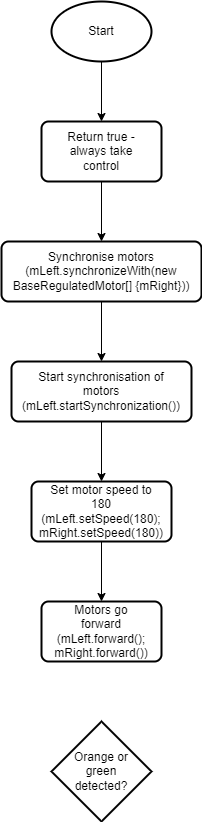
The draw.io diagram Final submission/Behaviour control flow/WalkaboutControlFlow.png in XLmT09/Bunny-Robot, before a commit. Source tidied: cells renumbered, new cells last; positions are measured from the earlier drawing's top-left corner, leaving out a move shared by most shapes.
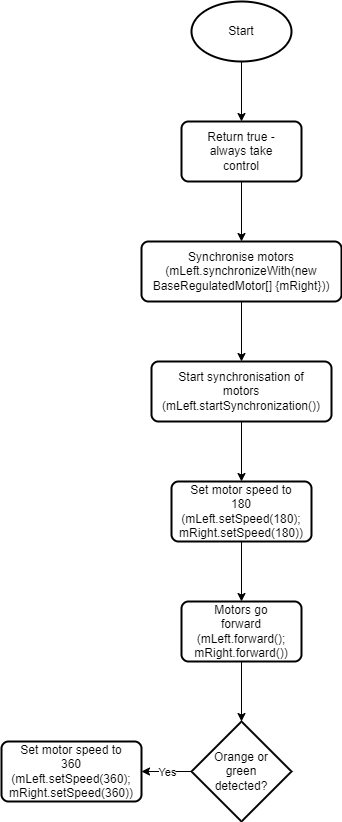
The same file after the commit.

Diff of the diagram source:
```diff
@@ -77,5 +77,23 @@
     <mxCell id="26" value="Orange or green detected?" style="text;html=1;strokeColor=none;fillColor=none;align=center;verticalAlign=middle;whiteSpace=wrap;rounded=0;" parent="1" vertex="1">
       <mxGeometry x="70" y="755" width="60" height="30" as="geometry" />
     </mxCell>
+    <mxCell id="27" style="endArrow=classic;html=1;rounded=0;exitX=0.5;exitY=1;exitDx=0;exitDy=0;entryX=0.5;entryY=0;entryDx=0;entryDy=0;entryPerimeter=0;" parent="1" edge="1" source="22" target="25">
+      <mxGeometry relative="1" as="geometry" />
+    </mxCell>
+    <mxCell id="28" style="group;" parent="1" vertex="1">
+      <mxGeometry x="-140" y="740" width="140" height="60" as="geometry" />
+    </mxCell>
+    <mxCell id="29" style="rounded=1;whiteSpace=wrap;html=1;absoluteArcSize=1;arcSize=14;strokeWidth=2;" parent="28" vertex="1">
+      <mxGeometry width="140" height="60" as="geometry" />
+    </mxCell>
+    <mxCell id="30" value="Set motor speed to 360 (mLeft.setSpeed(360); mRight.setSpeed(360))" style="text;html=1;strokeColor=none;fillColor=none;align=center;verticalAlign=middle;whiteSpace=wrap;rounded=0;" parent="28" vertex="1">
+      <mxGeometry x="40" y="15" width="60" height="30" as="geometry" />
+    </mxCell>
+    <mxCell id="31" style="endArrow=classic;html=1;rounded=0;exitX=0;exitY=0.5;exitDx=0;exitDy=0;exitPerimeter=0;entryX=1;entryY=0.5;entryDx=0;entryDy=0;" parent="1" edge="1" source="25" target="29">
+      <mxGeometry relative="1" as="geometry" />
+    </mxCell>
+    <mxCell id="32" value="Yes" style="edgeLabel;html=1;align=center;verticalAlign=middle;" parent="31" vertex="1">
+      <mxGeometry relative="1" as="geometry" />
+    </mxCell>
   </root>
 </mxGraphModel>
```
